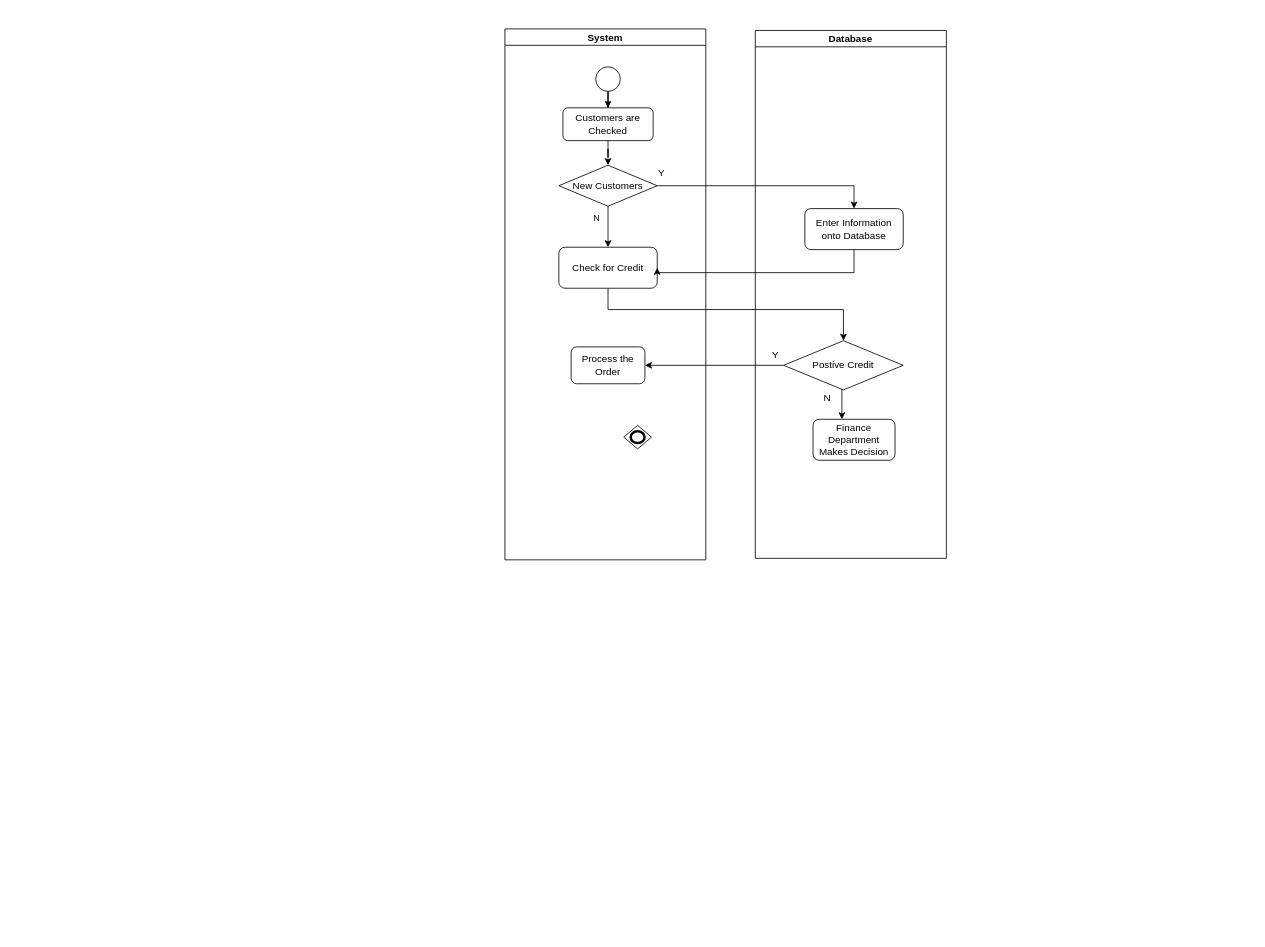
Before: Untitled Diagram.drawio in RuichenPan/gitBasics, a draw.io diagram. Source tidied: cells renumbered, new cells numbered last; positions are measured from the earlier drawing's top-left corner, leaving out a move shared by most shapes. Both pictures are drawn from the tidied source at 82%, with x=0, y=0 at pixel (339, 66).
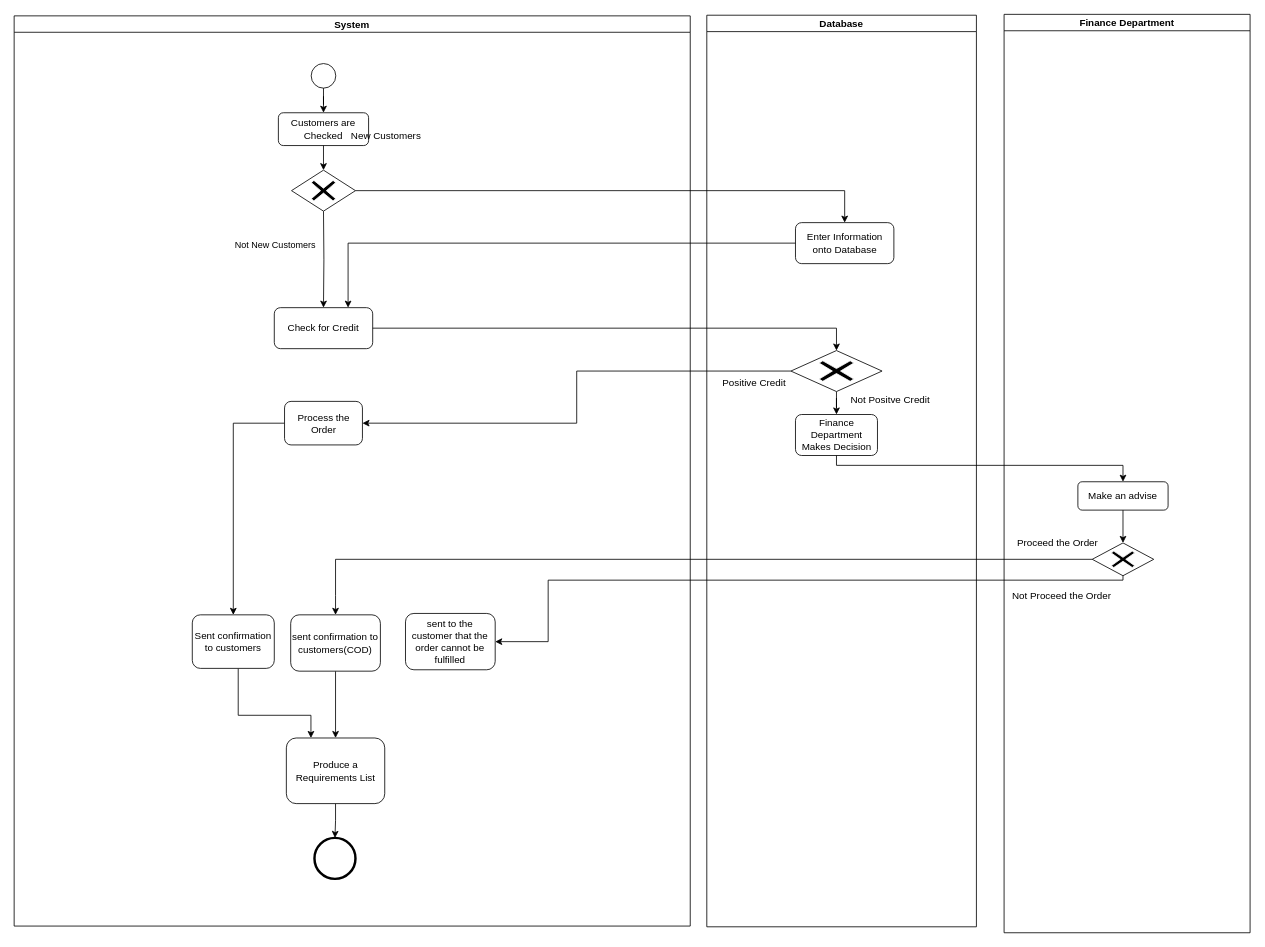
After the change.

What changed in the source:
```diff
@@
-    <mxCell id="2" style="shape=mxgraph.bpmn.shape;html=1;verticalLabelPosition=bottom;labelBackgroundColor=#ffffff;verticalAlign=top;align=center;perimeter=rhombusPerimeter;background=gateway;outline=end;symbol=general;" parent="1" vertex="1">
-      <mxGeometry x="346.2" y="437.2" width="33.8" height="28.8" as="geometry" />
-    </mxCell>
     <mxCell id="3" value="System" style="swimlane;startSize=20;horizontal=0;rotation=90;" parent="1" vertex="1">
-      <mxGeometry y="155" width="647.5" height="245" as="geometry" />
+      <mxGeometry x="-540" y="80.6" width="1110" height="824.5" as="geometry" />
     </mxCell>
     <mxCell id="4" style="ellipse;whiteSpace=wrap;html=1;" parent="3" vertex="1">
-      <mxGeometry x="312" y="-155" width="30" height="30" as="geometry" />
+      <mxGeometry x="505" y="-84.6" width="30" height="30" as="geometry" />
     </mxCell>
     <mxCell id="5" value="Customers are Checked" style="rounded=1;whiteSpace=wrap;html=1;" parent="3" vertex="1">
-      <mxGeometry x="272" y="-105" width="110" height="40" as="geometry" />
+      <mxGeometry x="465" y="-24.6" width="110" height="40" as="geometry" />
     </mxCell>
@@
-    <mxCell id="7" value="New Customers" style="rhombus;whiteSpace=wrap;html=1;" parent="3" vertex="1">
-      <mxGeometry x="267" y="-35" width="120" height="50" as="geometry" />
-    </mxCell>
-    <mxCell id="8" style="edgeStyle=orthogonalEdgeStyle;rounded=0;jettySize=auto;html=1;" parent="3" edge="1" source="5" target="7">
-      <mxGeometry relative="1" as="geometry" />
+    <mxCell id="8" style="edgeStyle=orthogonalEdgeStyle;rounded=0;jettySize=auto;html=1;" parent="3" edge="1" source="5">
+      <mxGeometry relative="1" as="geometry">
+        <mxPoint x="520" y="45.4" as="targetPoint" />
+      </mxGeometry>
     </mxCell>
-    <mxCell id="9" value="Y" style="text;html=1;align=center;verticalAlign=middle;" parent="3" vertex="1">
-      <mxGeometry x="382" y="-35" width="20" height="20" as="geometry" />
+    <mxCell id="9" value="New Customers" style="text;html=1;align=center;verticalAlign=middle;" parent="3" vertex="1">
+      <mxGeometry x="546.4" y="-5.7" width="100" height="20" as="geometry" />
     </mxCell>
+    <mxCell id="25" style="edgeStyle=orthogonalEdgeStyle;rounded=0;jettySize=auto;html=1;" parent="3" edge="1" source="10" target="28">
+      <mxGeometry relative="1" as="geometry" />
+    </mxCell>
     <mxCell id="10" value="Process the Order" style="rounded=1;whiteSpace=wrap;html=1;" parent="3" vertex="1">
-      <mxGeometry x="282" y="186.5" width="90" height="45" as="geometry" />
+      <mxGeometry x="472.5" y="327.4" width="95" height="53.1" as="geometry" />
     </mxCell>
     <mxCell id="11" value="Check for Credit" style="rounded=1;whiteSpace=wrap;html=1;" parent="3" vertex="1">
-      <mxGeometry x="267" y="65" width="120" height="50" as="geometry" />
+      <mxGeometry x="460" y="213.1" width="120" height="50" as="geometry" />
     </mxCell>
-    <mxCell id="12" style="edgeStyle=orthogonalEdgeStyle;rounded=0;jettySize=auto;html=1;" parent="3" edge="1" source="7" target="11">
-      <mxGeometry relative="1" as="geometry" />
+    <mxCell id="12" style="edgeStyle=orthogonalEdgeStyle;rounded=0;jettySize=auto;html=1;" parent="3" edge="1" target="11">
+      <mxGeometry relative="1" as="geometry">
+        <mxPoint x="520" y="95.4" as="sourcePoint" />
+      </mxGeometry>
     </mxCell>
-    <mxCell id="13" value="N" style="edgeLabel;html=1;align=center;verticalAlign=middle;rotation=0;" parent="12" vertex="1">
+    <mxCell id="13" value="Not New Customers" style="edgeLabel;html=1;align=center;verticalAlign=middle;rotation=0;" parent="12" vertex="1">
       <mxGeometry x="-0.17" y="1" relative="1" as="geometry">
-        <mxPoint x="-16" y="-8" as="offset" />
+        <mxPoint x="-61" y="-8" as="offset" />
       </mxGeometry>
     </mxCell>
+    <mxCell id="26" style="shape=mxgraph.bpmn.shape;html=1;verticalLabelPosition=bottom;labelBackgroundColor=#ffffff;verticalAlign=top;align=center;perimeter=rhombusPerimeter;background=gateway;outlineConnect=0;outline=none;symbol=exclusiveGw;" parent="3" vertex="1">
+      <mxGeometry x="481" y="45.4" width="78" height="50" as="geometry" />
+    </mxCell>
+    <mxCell id="27" style="edgeStyle=orthogonalEdgeStyle;rounded=0;jettySize=auto;html=1;entryX=0.25;entryY=0;entryDx=0;entryDy=0;" parent="3" edge="1" source="28" target="33">
+      <mxGeometry relative="1" as="geometry">
+        <Array as="points">
+          <mxPoint x="416" y="710.2" />
+          <mxPoint x="505" y="710.2" />
+        </Array>
+      </mxGeometry>
+    </mxCell>
+    <mxCell id="28" value="Sent confirmation to customers" style="shape=ext;rounded=1;html=1;whiteSpace=wrap;" parent="3" vertex="1">
+      <mxGeometry x="360" y="587.7" width="100" height="65.3" as="geometry" />
+    </mxCell>
+    <mxCell id="29" style="edgeStyle=orthogonalEdgeStyle;rounded=0;jettySize=auto;html=1;" parent="3" edge="1" source="30" target="33">
+      <mxGeometry relative="1" as="geometry" />
+    </mxCell>
+    <mxCell id="30" value="sent confirmation to customers(COD)" style="shape=ext;rounded=1;html=1;whiteSpace=wrap;" parent="3" vertex="1">
+      <mxGeometry x="480" y="587.7" width="109.4" height="68.7" as="geometry" />
+    </mxCell>
+    <mxCell id="31" value="sent to the customer that the order cannot be fulfilled" style="shape=ext;rounded=1;html=1;whiteSpace=wrap;" parent="3" vertex="1">
+      <mxGeometry x="620" y="586" width="109.4" height="68.7" as="geometry" />
+    </mxCell>
+    <mxCell id="32" style="edgeStyle=orthogonalEdgeStyle;rounded=0;jettySize=auto;html=1;" parent="3" edge="1" source="33" target="34">
+      <mxGeometry relative="1" as="geometry" />
+    </mxCell>
+    <mxCell id="33" value="Produce a Requirements List" style="shape=ext;rounded=1;html=1;whiteSpace=wrap;" parent="3" vertex="1">
+      <mxGeometry x="474.7" y="737.9" width="120" height="80" as="geometry" />
+    </mxCell>
+    <mxCell id="34" style="shape=mxgraph.bpmn.shape;html=1;verticalLabelPosition=bottom;labelBackgroundColor=#ffffff;verticalAlign=top;align=center;perimeter=ellipsePerimeter;outlineConnect=0;outline=end;symbol=general;" parent="3" vertex="1">
+      <mxGeometry x="509" y="859.7" width="50" height="50" as="geometry" />
+    </mxCell>
     <mxCell id="14" value="Database" style="swimlane;startSize=20;horizontal=0;rotation=90;" parent="1" vertex="1">
-      <mxGeometry x="301.2" y="161" width="643.8" height="233" as="geometry" />
+      <mxGeometry x="56" y="328.5" width="1111.7" height="328.8" as="geometry" />
     </mxCell>
     <mxCell id="15" value="Enter Information onto Database" style="rounded=1;whiteSpace=wrap;html=1;" parent="14" vertex="1">
-      <mxGeometry x="265.8" y="11.9" width="120" height="50" as="geometry" />
+      <mxGeometry x="499.6" y="-138.5" width="120" height="50" as="geometry" />
     </mxCell>
-    <mxCell id="16" value="N" style="text;html=1;align=center;verticalAlign=middle;" parent="14" vertex="1">
-      <mxGeometry x="282.8" y="233" width="20" height="20" as="geometry" />
+    <mxCell id="16" value="Not Positve Credit" style="text;html=1;align=center;verticalAlign=middle;" parent="14" vertex="1">
+      <mxGeometry x="559.6" y="67.5" width="110" height="20" as="geometry" />
     </mxCell>
+    <mxCell id="35" style="edgeStyle=orthogonalEdgeStyle;rounded=0;jettySize=auto;html=1;" parent="14" edge="1" source="36" target="17">
+      <mxGeometry relative="1" as="geometry" />
+    </mxCell>
+    <mxCell id="36" style="shape=mxgraph.bpmn.shape;html=1;verticalLabelPosition=bottom;labelBackgroundColor=#ffffff;verticalAlign=top;align=center;perimeter=rhombusPerimeter;background=gateway;outlineConnect=0;outline=none;symbol=exclusiveGw;" parent="14" vertex="1">
+      <mxGeometry x="494" y="17.5" width="111.2" height="50" as="geometry" />
+    </mxCell>
     <mxCell id="17" value="Finance Department Makes Decision" style="rounded=1;whiteSpace=wrap;html=1;" parent="14" vertex="1">
-      <mxGeometry x="275.8" y="268.8" width="100" height="50" as="geometry" />
+      <mxGeometry x="499.6" y="95.5" width="100" height="50" as="geometry" />
     </mxCell>
-    <mxCell id="18" value="Postive Credit" style="rhombus;whiteSpace=wrap;html=1;" parent="14" vertex="1">
-      <mxGeometry x="240" y="173" width="145.8" height="60" as="geometry" />
-    </mxCell>
-    <mxCell id="19" style="edgeStyle=orthogonalEdgeStyle;rounded=0;jettySize=auto;html=1;" parent="14" edge="1" source="18" target="17">
-      <mxGeometry relative="1" as="geometry">
-        <Array as="points">
-          <mxPoint x="311" y="253" />
-          <mxPoint x="311" y="253" />
-        </Array>
-      </mxGeometry>
-    </mxCell>
-    <mxCell id="20" value="Y" style="text;html=1;align=center;verticalAlign=middle;" parent="14" vertex="1">
-      <mxGeometry x="220" y="180" width="20" height="20" as="geometry" />
-    </mxCell>
+    <mxCell id="37" value="Positive Credit" style="text;html=1;align=center;verticalAlign=middle;" parent="14" vertex="1">
+      <mxGeometry x="404" y="47.5" width="90" height="20" as="geometry" />
+    </mxCell>
+    <mxCell id="22" style="edgeStyle=orthogonalEdgeStyle;rounded=0;jettySize=auto;html=1;" parent="1" edge="1" source="26" target="15">
+      <mxGeometry relative="1" as="geometry" />
+    </mxCell>
+    <mxCell id="38" value="Finance Department" style="swimlane;startSize=20;" parent="1" vertex="1">
+      <mxGeometry x="810" y="-64" width="300" height="1120" as="geometry" />
+    </mxCell>
+    <mxCell id="39" style="edgeStyle=orthogonalEdgeStyle;rounded=0;jettySize=auto;html=1;entryX=0.5;entryY=0;entryDx=0;entryDy=0;" parent="38" edge="1" source="40" target="41">
+      <mxGeometry relative="1" as="geometry" />
+    </mxCell>
+    <mxCell id="40" value="Make an advise" style="shape=ext;rounded=1;html=1;whiteSpace=wrap;" parent="38" vertex="1">
+      <mxGeometry x="90" y="570" width="110" height="34.6" as="geometry" />
+    </mxCell>
+    <mxCell id="41" style="shape=mxgraph.bpmn.shape;html=1;verticalLabelPosition=bottom;labelBackgroundColor=#ffffff;verticalAlign=top;align=center;perimeter=rhombusPerimeter;background=gateway;outlineConnect=0;outline=none;symbol=exclusiveGw;" parent="38" vertex="1">
+      <mxGeometry x="107.5" y="644.6" width="75" height="40" as="geometry" />
+    </mxCell>
+    <mxCell id="42" value="Proceed the Order" style="text;html=1;align=center;verticalAlign=middle;" parent="38" vertex="1">
+      <mxGeometry x="10" y="634.6" width="110" height="20" as="geometry" />
+    </mxCell>
+    <mxCell id="43" value="Not Proceed the Order" style="text;html=1;align=center;verticalAlign=middle;" parent="38" vertex="1">
+      <mxGeometry y="700" width="140" height="20" as="geometry" />
+    </mxCell>
+    <mxCell id="44" style="edgeStyle=orthogonalEdgeStyle;rounded=0;jettySize=auto;html=1;" parent="1" edge="1" source="17" target="40">
+      <mxGeometry relative="1" as="geometry">
+        <Array as="points">
+          <mxPoint x="606" y="486" />
+          <mxPoint x="955" y="486" />
+        </Array>
+      </mxGeometry>
+    </mxCell>
+    <mxCell id="45" style="edgeStyle=orthogonalEdgeStyle;rounded=0;jettySize=auto;html=1;entryX=0.5;entryY=0;entryDx=0;entryDy=0;" parent="1" edge="1" source="41" target="30">
+      <mxGeometry relative="1" as="geometry" />
+    </mxCell>
+    <mxCell id="46" style="edgeStyle=orthogonalEdgeStyle;rounded=0;jettySize=auto;html=1;entryX=1;entryY=0.5;entryDx=0;entryDy=0;" parent="1" edge="1" source="36" target="10">
+      <mxGeometry relative="1" as="geometry" />
+    </mxCell>
+    <mxCell id="47" style="edgeStyle=orthogonalEdgeStyle;rounded=0;jettySize=auto;html=1;" parent="1" edge="1" source="41" target="31">
+      <mxGeometry relative="1" as="geometry">
+        <Array as="points">
+          <mxPoint x="955" y="626" />
+          <mxPoint x="254" y="626" />
+        </Array>
+      </mxGeometry>
+    </mxCell>
+    <mxCell id="48" style="edgeStyle=orthogonalEdgeStyle;rounded=0;jettySize=auto;html=1;entryX=0.5;entryY=0;entryDx=0;entryDy=0;" parent="1" edge="1" source="11" target="36">
+      <mxGeometry relative="1" as="geometry" />
+    </mxCell>
-    <mxCell id="21" style="edgeStyle=orthogonalEdgeStyle;rounded=0;jettySize=auto;html=1;entryX=1;entryY=0.5;entryDx=0;entryDy=0;" parent="1" edge="1" source="15" target="11">
-      <mxGeometry relative="1" as="geometry">
-        <Array as="points">
-          <mxPoint x="627" y="251" />
-        </Array>
-      </mxGeometry>
+    <mxCell id="21" style="edgeStyle=orthogonalEdgeStyle;rounded=0;jettySize=auto;html=1;entryX=0.75;entryY=0;entryDx=0;entryDy=0;" parent="1" edge="1" source="15" target="11">
+      <mxGeometry relative="1" as="geometry" />
     </mxCell>
-    <mxCell id="22" style="edgeStyle=orthogonalEdgeStyle;rounded=0;jettySize=auto;html=1;" parent="1" edge="1" source="7" target="15">
-      <mxGeometry relative="1" as="geometry" />
-    </mxCell>
-    <mxCell id="23" style="edgeStyle=orthogonalEdgeStyle;rounded=0;jettySize=auto;html=1;entryX=0.5;entryY=0;entryDx=0;entryDy=0;" parent="1" edge="1" source="11" target="18">
-      <mxGeometry relative="1" as="geometry">
-        <Array as="points">
-          <mxPoint x="327" y="296" />
-          <mxPoint x="614" y="296" />
-        </Array>
-      </mxGeometry>
-    </mxCell>
-    <mxCell id="24" style="edgeStyle=orthogonalEdgeStyle;rounded=0;jettySize=auto;html=1;entryX=1;entryY=0.5;entryDx=0;entryDy=0;" parent="1" edge="1" source="18" target="10">
-      <mxGeometry relative="1" as="geometry" />
-    </mxCell>
```
